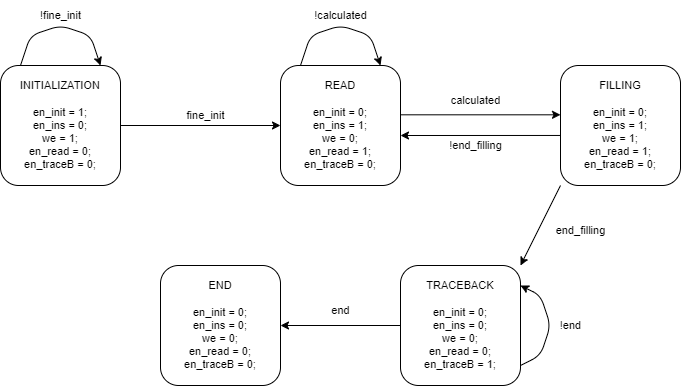
The draw.io diagram FSM_Schematic.drawio.png in Dani-Picciau/NW_algorithm, before a commit. Source tidied: cells renumbered, new cells last; positions are measured from the earlier drawing's top-left corner, leaving out a move shared by most shapes.
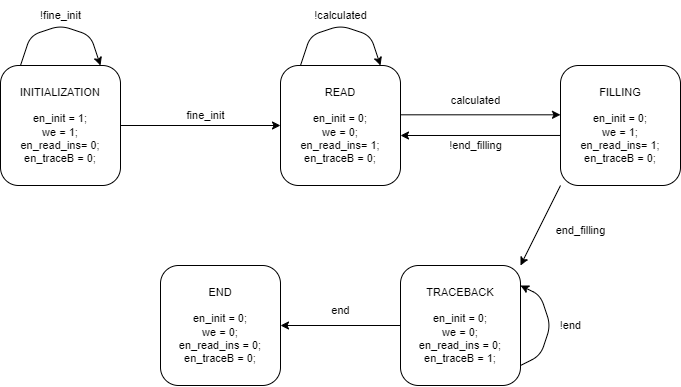
The same file after the commit.

Commit message:
Modifica del datapath per poter gestire meglio la ram direzioni

The edit, as a diff of the source:
```diff
@@ -2,10 +2,10 @@
   <root>
     <mxCell id="0" />
     <mxCell id="1" parent="0" />
-    <mxCell id="2" value="INITIALIZATION&lt;br style=&quot;font-size: 11px;&quot;&gt;&lt;br style=&quot;font-size: 11px;&quot;&gt;en_init = 1;&lt;br style=&quot;font-size: 11px;&quot;&gt;en_ins = 0;&lt;br style=&quot;font-size: 11px;&quot;&gt;we = 1;&lt;br style=&quot;font-size: 11px;&quot;&gt;en_read = 0;&lt;br style=&quot;font-size: 11px;&quot;&gt;en_traceB = 0;" style="rounded=1;whiteSpace=wrap;html=1;fontSize=11;" parent="1" vertex="1">
+    <mxCell id="2" value="INITIALIZATION&lt;br style=&quot;font-size: 11px;&quot;&gt;&lt;br style=&quot;font-size: 11px;&quot;&gt;en_init = 1;&lt;br style=&quot;font-size: 11px;&quot;&gt;we = 1;&lt;br style=&quot;font-size: 11px;&quot;&gt;en_read_ins= 0;&lt;br style=&quot;font-size: 11px;&quot;&gt;en_traceB = 0;" style="rounded=1;whiteSpace=wrap;html=1;fontSize=11;" parent="1" vertex="1">
       <mxGeometry y="65" width="120" height="120" as="geometry" />
     </mxCell>
-    <mxCell id="3" value="READ&lt;br style=&quot;font-size: 11px;&quot;&gt;&lt;br style=&quot;font-size: 11px;&quot;&gt;en_init = 0;&lt;br style=&quot;font-size: 11px;&quot;&gt;en_ins = 1;&lt;br style=&quot;font-size: 11px;&quot;&gt;we = 0;&lt;br style=&quot;font-size: 11px;&quot;&gt;en_read = 1;&lt;br style=&quot;font-size: 11px;&quot;&gt;en_traceB = 0;" style="rounded=1;whiteSpace=wrap;html=1;fontSize=11;" parent="1" vertex="1">
+    <mxCell id="3" value="READ&lt;br style=&quot;font-size: 11px;&quot;&gt;&lt;br style=&quot;font-size: 11px;&quot;&gt;en_init = 0;&lt;br style=&quot;font-size: 11px;&quot;&gt;we = 0;&lt;br style=&quot;font-size: 11px;&quot;&gt;en_read_ins= 1;&lt;br style=&quot;font-size: 11px;&quot;&gt;en_traceB = 0;" style="rounded=1;whiteSpace=wrap;html=1;fontSize=11;" parent="1" vertex="1">
       <mxGeometry x="280" y="65" width="120" height="120" as="geometry" />
     </mxCell>
     <mxCell id="4" style="endArrow=classic;html=1;exitX=1;exitY=0.5;exitDx=0;exitDy=0;fontSize=11;" parent="1" edge="1" source="2">
@@ -30,7 +30,7 @@
     <mxCell id="7" value="!fine_init" style="text;html=1;align=center;verticalAlign=middle;strokeColor=none;fillColor=none;fontSize=11;" parent="1" vertex="1">
       <mxGeometry x="30" width="60" height="30" as="geometry" />
     </mxCell>
-    <mxCell id="8" value="FILLING&lt;br&gt;&lt;br style=&quot;font-size: 11px;&quot;&gt;en_init = 0;&lt;br style=&quot;font-size: 11px;&quot;&gt;en_ins = 1;&lt;br style=&quot;font-size: 11px;&quot;&gt;we = 1;&lt;br style=&quot;font-size: 11px;&quot;&gt;en_read = 1;&lt;br style=&quot;font-size: 11px;&quot;&gt;en_traceB = 0;" style="rounded=1;whiteSpace=wrap;html=1;fontSize=11;" parent="1" vertex="1">
+    <mxCell id="8" value="FILLING&lt;br&gt;&lt;br style=&quot;font-size: 11px;&quot;&gt;en_init = 0;&lt;br style=&quot;font-size: 11px;&quot;&gt;we = 1;&lt;br style=&quot;font-size: 11px;&quot;&gt;en_read_ins= 1;&lt;br style=&quot;font-size: 11px;&quot;&gt;en_traceB = 0;" style="rounded=1;whiteSpace=wrap;html=1;fontSize=11;" parent="1" vertex="1">
       <mxGeometry x="560" y="65" width="120" height="120" as="geometry" />
     </mxCell>
     <mxCell id="9" style="endArrow=classic;html=1;fontSize=11;" parent="1" edge="1">
@@ -64,10 +64,10 @@
     <mxCell id="14" value="!end_filling" style="text;html=1;align=center;verticalAlign=middle;strokeColor=none;fillColor=none;fontSize=11;" parent="1" vertex="1">
       <mxGeometry x="435" y="130" width="80" height="30" as="geometry" />
     </mxCell>
-    <mxCell id="15" value="TRACEBACK&lt;br style=&quot;font-size: 11px;&quot;&gt;&lt;br style=&quot;font-size: 11px;&quot;&gt;en_init = 0;&lt;br style=&quot;font-size: 11px;&quot;&gt;en_ins = 0;&lt;br style=&quot;font-size: 11px;&quot;&gt;we = 0;&lt;br style=&quot;font-size: 11px;&quot;&gt;en_read = 0;&lt;br style=&quot;font-size: 11px;&quot;&gt;en_traceB = 1;" style="rounded=1;whiteSpace=wrap;html=1;fontSize=11;" parent="1" vertex="1">
+    <mxCell id="15" value="TRACEBACK&lt;br style=&quot;font-size: 11px;&quot;&gt;&lt;br style=&quot;font-size: 11px;&quot;&gt;en_init = 0;&lt;br style=&quot;font-size: 11px;&quot;&gt;we = 0;&lt;br style=&quot;font-size: 11px;&quot;&gt;en_read_ins = 0;&lt;br style=&quot;font-size: 11px;&quot;&gt;en_traceB = 1;" style="rounded=1;whiteSpace=wrap;html=1;fontSize=11;" parent="1" vertex="1">
       <mxGeometry x="400" y="265" width="120" height="120" as="geometry" />
     </mxCell>
-    <mxCell id="16" value="END&lt;br style=&quot;font-size: 11px;&quot;&gt;&lt;br style=&quot;font-size: 11px;&quot;&gt;en_init = 0;&lt;br style=&quot;font-size: 11px;&quot;&gt;en_ins = 0;&lt;br style=&quot;font-size: 11px;&quot;&gt;we = 0;&lt;br style=&quot;font-size: 11px;&quot;&gt;en_read = 0;&lt;br style=&quot;font-size: 11px;&quot;&gt;en_traceB = 0;" style="rounded=1;whiteSpace=wrap;html=1;fontSize=11;" parent="1" vertex="1">
+    <mxCell id="16" value="END&lt;br style=&quot;font-size: 11px;&quot;&gt;&lt;br style=&quot;font-size: 11px;&quot;&gt;en_init = 0;&lt;br style=&quot;font-size: 11px;&quot;&gt;we = 0;&lt;br style=&quot;font-size: 11px;&quot;&gt;en_read_ins = 0;&lt;br style=&quot;font-size: 11px;&quot;&gt;en_traceB = 0;" style="rounded=1;whiteSpace=wrap;html=1;fontSize=11;" parent="1" vertex="1">
       <mxGeometry x="160" y="265" width="120" height="120" as="geometry" />
     </mxCell>
     <mxCell id="17" style="endArrow=classic;html=1;exitX=0;exitY=0.5;exitDx=0;exitDy=0;fontSize=11;" parent="1" edge="1" source="15">
```
